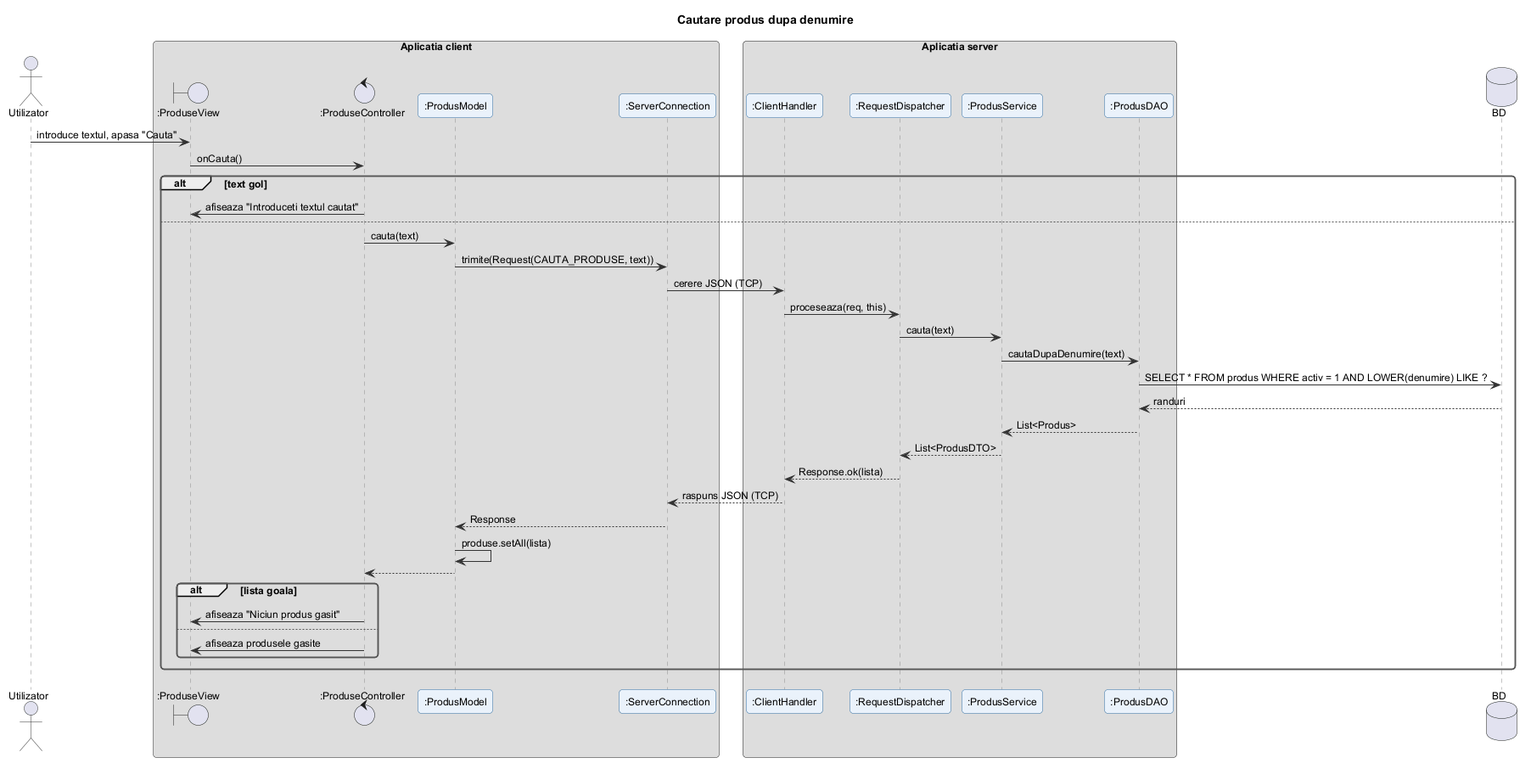
Above: docs/diagrame/6_secventa/cautare_produs.png in filip-eanu/ProiectIS (PlantUML), before the change. Its diagram source:
```plantuml
@startuml cautare_produs
!include ../_stil.iuml
title Cautare produs dupa denumire

actor Utilizator
box "Aplicatia client"
boundary ":ProduseView" as V
control ":ProduseController" as C
participant ":ProdusModel" as M
participant ":ServerConnection" as SC
end box
box "Aplicatia server"
participant ":ClientHandler" as CH
participant ":RequestDispatcher" as RD
participant ":ProdusService" as S
participant ":ProdusDAO" as D
end box
database "BD" as DB

Utilizator -> V : introduce textul, apasa "Cauta"
V -> C : onCauta()
alt text gol
  C -> V : afiseaza "Introduceti textul cautat"
else
  C -> M : cauta(text)
  M -> SC : trimite(Request(CAUTA_PRODUSE, text))
  SC -> CH : cerere JSON (TCP)
  CH -> RD : proceseaza(req, this)
  RD -> S : cauta(text)
  S -> D : cautaDupaDenumire(text)
  D -> DB : SELECT * FROM produs WHERE activ = 1 AND LOWER(denumire) LIKE ?
  DB --> D : randuri
  D --> S : List<Produs>
  S --> RD : List<ProdusDTO>
  RD --> CH : Response.ok(lista)
  CH --> SC : raspuns JSON (TCP)
  SC --> M : Response
  M -> M : produse.setAll(lista)
  M --> C
  alt lista goala
    C -> V : afiseaza "Niciun produs gasit"
  else
    C -> V : afiseaza produsele gasite
  end
end
@enduml
```
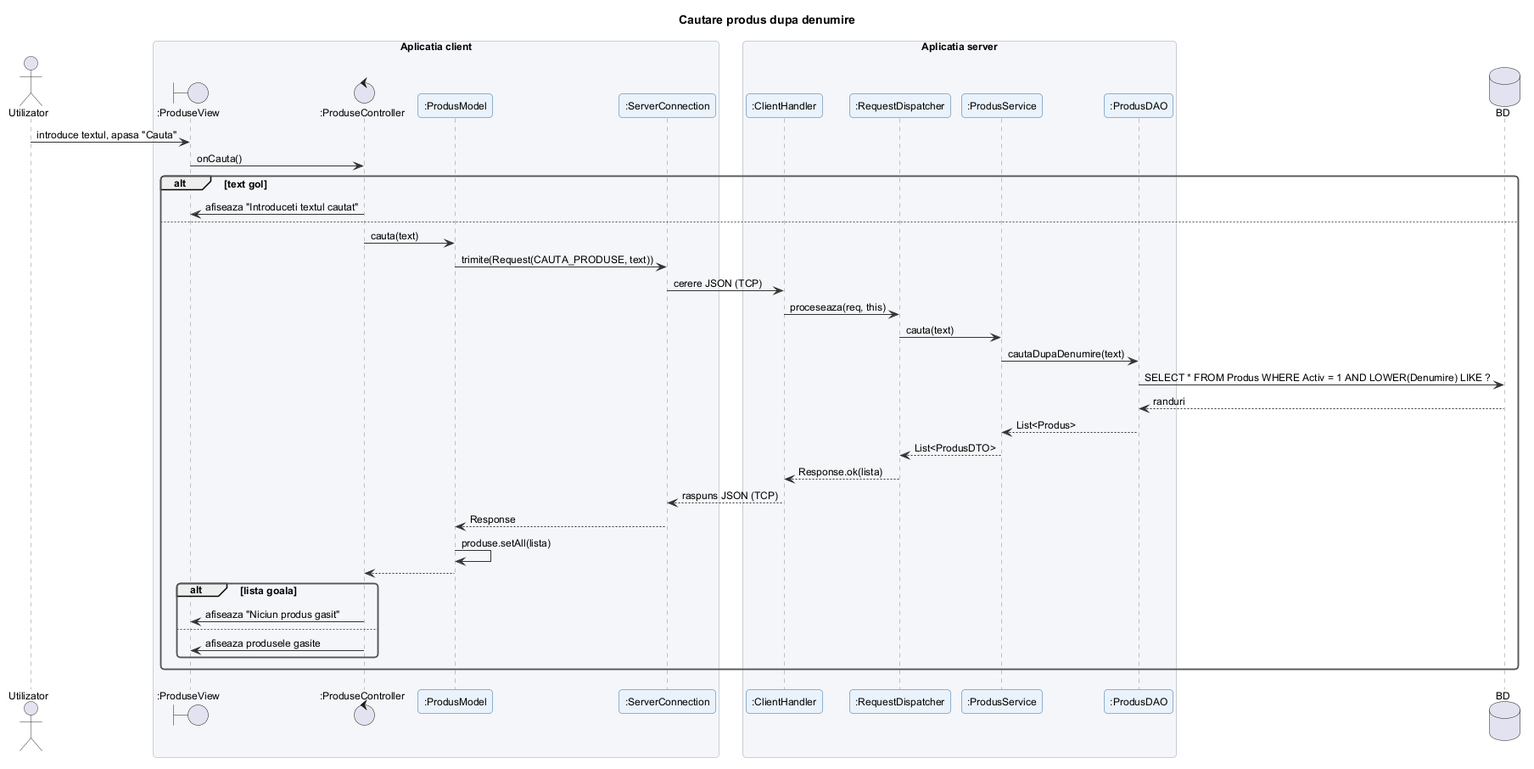
The same diagram one commit later.

What changed in the source:
```diff
@@ -28,7 +28,7 @@
   CH -> RD : proceseaza(req, this)
   RD -> S : cauta(text)
   S -> D : cautaDupaDenumire(text)
-  D -> DB : SELECT * FROM produs WHERE activ = 1 AND LOWER(denumire) LIKE ?
+  D -> DB : SELECT * FROM Produs WHERE Activ = 1 AND LOWER(Denumire) LIKE ?
   DB --> D : randuri
   D --> S : List<Produs>
   S --> RD : List<ProdusDTO>
```
